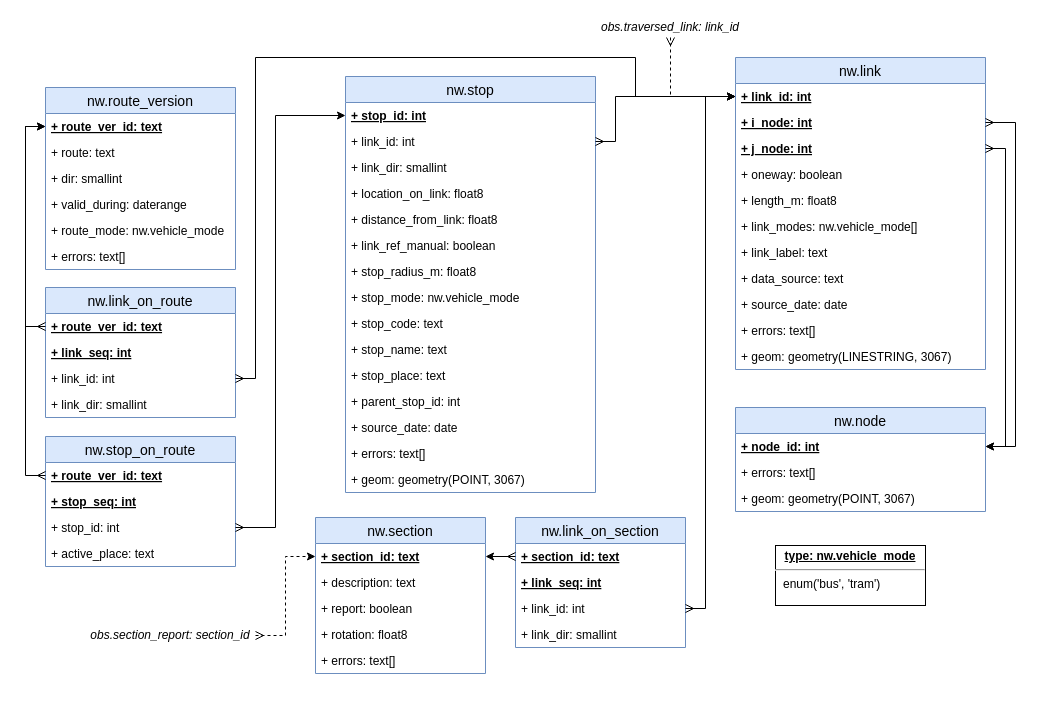
Above: page "relations" (1 of 6) of docs/sujuikoDB.drawio in datarttu/sujuikoDB (draw.io), before the change. Source tidied: cells renumbered, new cells numbered last; positions are measured from the earlier drawing's top-left corner, leaving out a move shared by most shapes. Both pictures are drawn from the tidied source at 100%, with x=0, y=0 at pixel (45, 17).
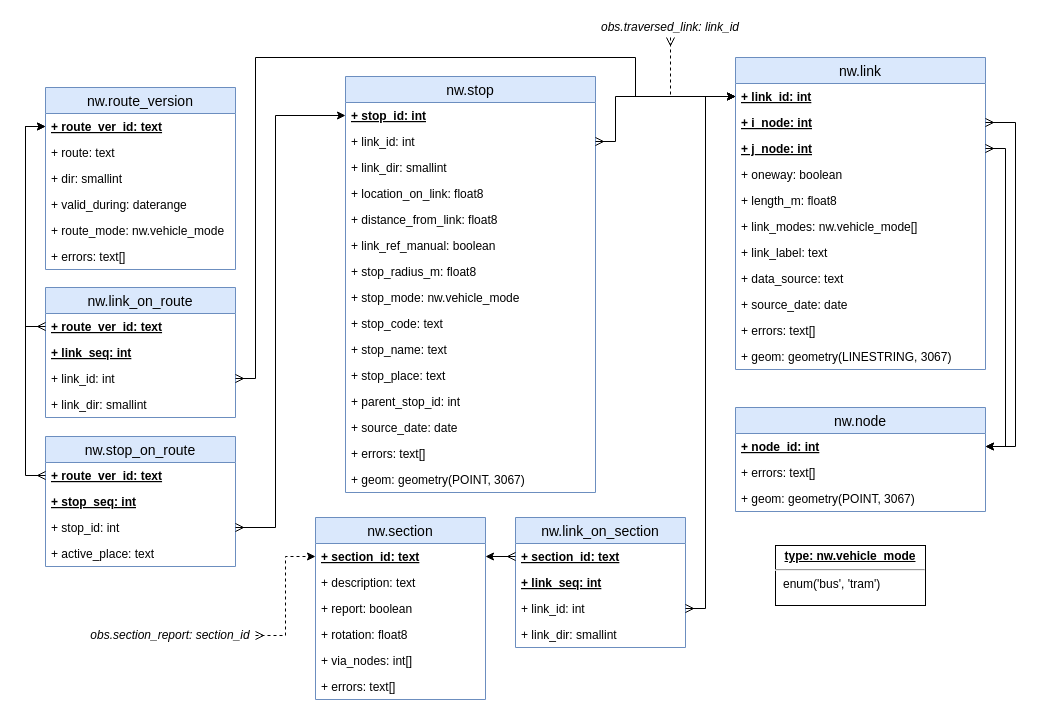
After the change.

Commit message (it also covers changes not shown here):
Add via_nodes attribute

I think this will be more useful than passing via_nodes as argument to a
function that runs the routing and creates link_on_section rows. This
way the user can define via_nodes for many sections beforehand and then
run the routing as a batch process. Also, this way the source data for
how the routing was made can be preserved.

What changed in the source:
```diff
@@
     <mxCell id="56" value="nw.section" style="swimlane;fontStyle=0;horizontal=1;startSize=26;fillColor=#dae8fc;swimlaneFillColor=#ffffff;align=center;fontSize=14;strokeColor=#6c8ebf;" parent="1" vertex="1">
-      <mxGeometry x="270" y="500" width="170" height="156" as="geometry" />
+      <mxGeometry x="270" y="500" width="170" height="182" as="geometry" />
     </mxCell>
@@
-    <mxCell id="61" value="+ errors: text[]" style="text;strokeColor=none;fillColor=none;spacingLeft=4;spacingRight=4;overflow=hidden;fontSize=12;" parent="56" vertex="1">
+    <mxCell id="61" value="+ via_nodes: int[]" style="text;strokeColor=none;fillColor=none;spacingLeft=4;spacingRight=4;overflow=hidden;fontSize=12;" parent="56" vertex="1">
       <mxGeometry y="130" width="170" height="26" as="geometry" />
     </mxCell>
+    <mxCell id="76" value="+ errors: text[]" style="text;strokeColor=none;fillColor=none;spacingLeft=4;spacingRight=4;overflow=hidden;fontSize=12;" parent="56" vertex="1">
+      <mxGeometry y="156" width="170" height="26" as="geometry" />
+    </mxCell>
```
